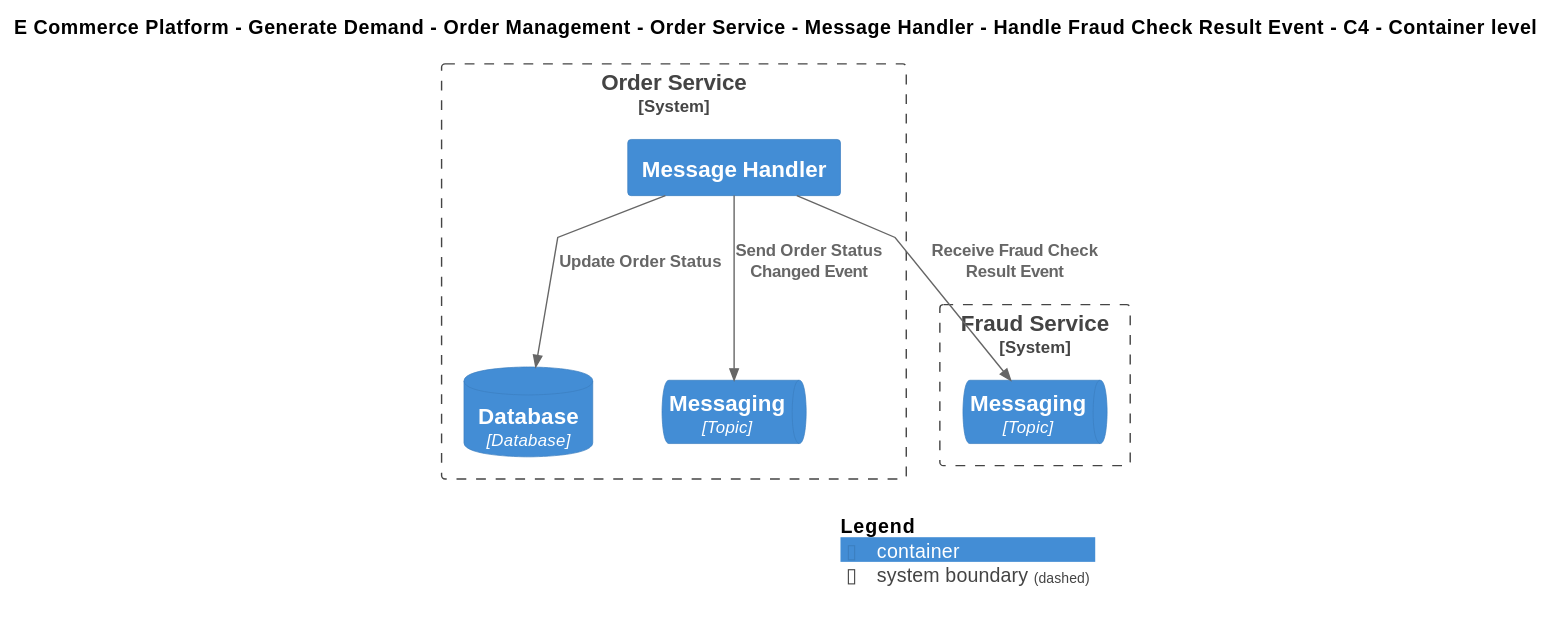
Before: Samples/E-Commerce Platform/Yaml/Diagrams/E Commerce Platform/Generate Demand/Order Management/Software Systems/Order Service/Containers/Message Handler/Interfaces/Handle Fraud Check Result Event/Container - C4.svg, a diagram exported from PlantUML (mnadenysenko/C4InterFlow). The source it was exported from:
```plantuml
@startuml
!include ..\..\..\..\..\..\..\..\..\.c4s\C4_Container.puml

AddElementTag("c4interflow:lifecycle:new", $bgColor=green, $fontColor=#ffffff, $borderColor=green, $shadowing="False")
AddElementTag("c4interflow:lifecycle:changed", $bgColor=orange, $fontColor=#ffffff, $borderColor=orange, $shadowing="False")
AddElementTag("c4interflow:lifecycle:removed", $bgColor=red, $fontColor=#ffffff, $borderColor=red, $shadowing="False")

AddRelTag("c4interflow:lifecycle:new", $textColor=green, $lineColor=green)
AddRelTag("c4interflow:lifecycle:changed", $textColor=orange, $lineColor=orange)
AddRelTag("c4interflow:lifecycle:removed", $textColor=red, $lineColor=red)

SHOW_PERSON_PORTRAIT()
LAYOUT_TOP_DOWN()

skinparam linetype polyline

title E Commerce Platform - Generate Demand - Order Management - Order Service - Message Handler - Handle Fraud Check Result Event - C4 - Container level


System_Boundary(ECommercePlatform.GenerateDemand.OrderManagement.SoftwareSystems.OrderService, "Order Service") {
    Container(ECommercePlatform.GenerateDemand.OrderManagement.SoftwareSystems.OrderService.Containers.MessageHandler, "Message Handler", "", "")
    ContainerDb(ECommercePlatform.GenerateDemand.OrderManagement.SoftwareSystems.OrderService.Containers.Database, "Database", "Database", "")
    ContainerQueue(ECommercePlatform.GenerateDemand.OrderManagement.SoftwareSystems.OrderService.Containers.Messaging, "Messaging", "Topic", "")
}

System_Boundary(ECommercePlatform.Deliver.FraudManagement.SoftwareSystems.FraudService, "Fraud Service") {
    ContainerQueue(ECommercePlatform.Deliver.FraudManagement.SoftwareSystems.FraudService.Containers.Messaging, "Messaging", "Topic", "")
}

Rel(ECommercePlatform.GenerateDemand.OrderManagement.SoftwareSystems.OrderService.Containers.MessageHandler, ECommercePlatform.Deliver.FraudManagement.SoftwareSystems.FraudService.Containers.Messaging, "Receive Fraud Check Result Event")
Rel(ECommercePlatform.GenerateDemand.OrderManagement.SoftwareSystems.OrderService.Containers.MessageHandler, ECommercePlatform.GenerateDemand.OrderManagement.SoftwareSystems.OrderService.Containers.Database, "Update Order Status")
Rel(ECommercePlatform.GenerateDemand.OrderManagement.SoftwareSystems.OrderService.Containers.MessageHandler, ECommercePlatform.GenerateDemand.OrderManagement.SoftwareSystems.OrderService.Containers.Messaging, "Send Order Status Changed Event")


SHOW_LEGEND()
@enduml
```
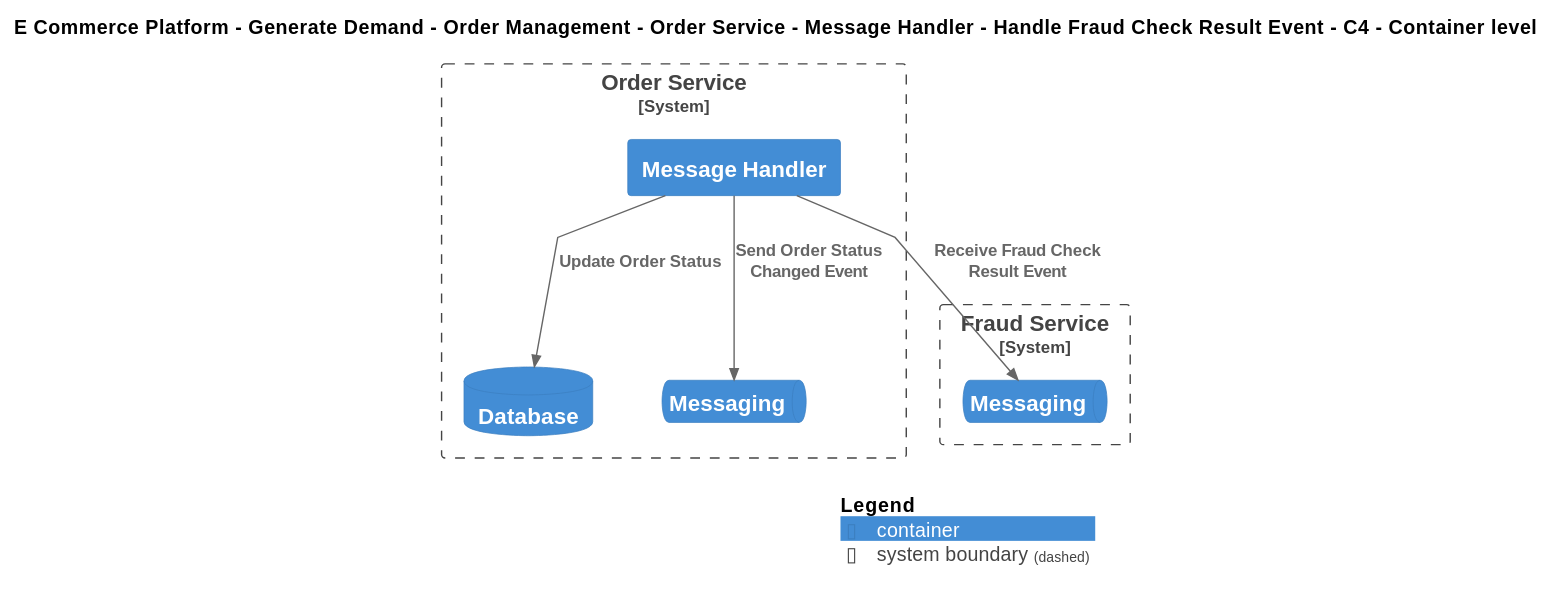
After the change.

What changed in the source:
```diff
@@ -19,12 +19,12 @@
 
 System_Boundary(ECommercePlatform.GenerateDemand.OrderManagement.SoftwareSystems.OrderService, "Order Service") {
     Container(ECommercePlatform.GenerateDemand.OrderManagement.SoftwareSystems.OrderService.Containers.MessageHandler, "Message Handler", "", "")
-    ContainerDb(ECommercePlatform.GenerateDemand.OrderManagement.SoftwareSystems.OrderService.Containers.Database, "Database", "Database", "")
-    ContainerQueue(ECommercePlatform.GenerateDemand.OrderManagement.SoftwareSystems.OrderService.Containers.Messaging, "Messaging", "Topic", "")
+    ContainerDb(ECommercePlatform.GenerateDemand.OrderManagement.SoftwareSystems.OrderService.Containers.Database, "Database", "", "")
+    ContainerQueue(ECommercePlatform.GenerateDemand.OrderManagement.SoftwareSystems.OrderService.Containers.Messaging, "Messaging", "", "")
 }
 
 System_Boundary(ECommercePlatform.Deliver.FraudManagement.SoftwareSystems.FraudService, "Fraud Service") {
-    ContainerQueue(ECommercePlatform.Deliver.FraudManagement.SoftwareSystems.FraudService.Containers.Messaging, "Messaging", "Topic", "")
+    ContainerQueue(ECommercePlatform.Deliver.FraudManagement.SoftwareSystems.FraudService.Containers.Messaging, "Messaging", "", "")
 }
 
 Rel(ECommercePlatform.GenerateDemand.OrderManagement.SoftwareSystems.OrderService.Containers.MessageHandler, ECommercePlatform.Deliver.FraudManagement.SoftwareSystems.FraudService.Containers.Messaging, "Receive Fraud Check Result Event")
```
